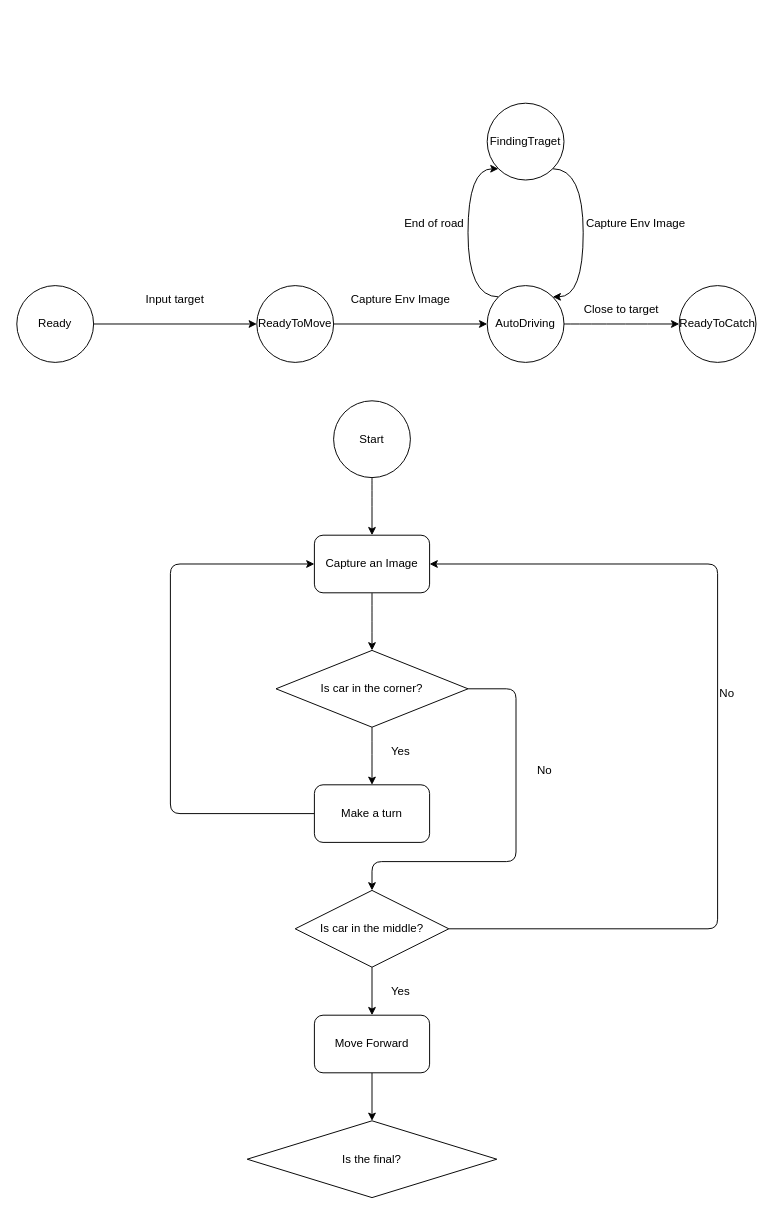
Earlier version of the draw.io diagram docs/state_machine.drawio (CHNcreater/AutoDriveCarStateMachine). Source tidied: cells renumbered, new cells numbered last; positions are measured from the earlier drawing's top-left corner, leaving out a move shared by most shapes. Both pictures are drawn from the tidied source at 96%, with x=0, y=0 at pixel (16, 103).
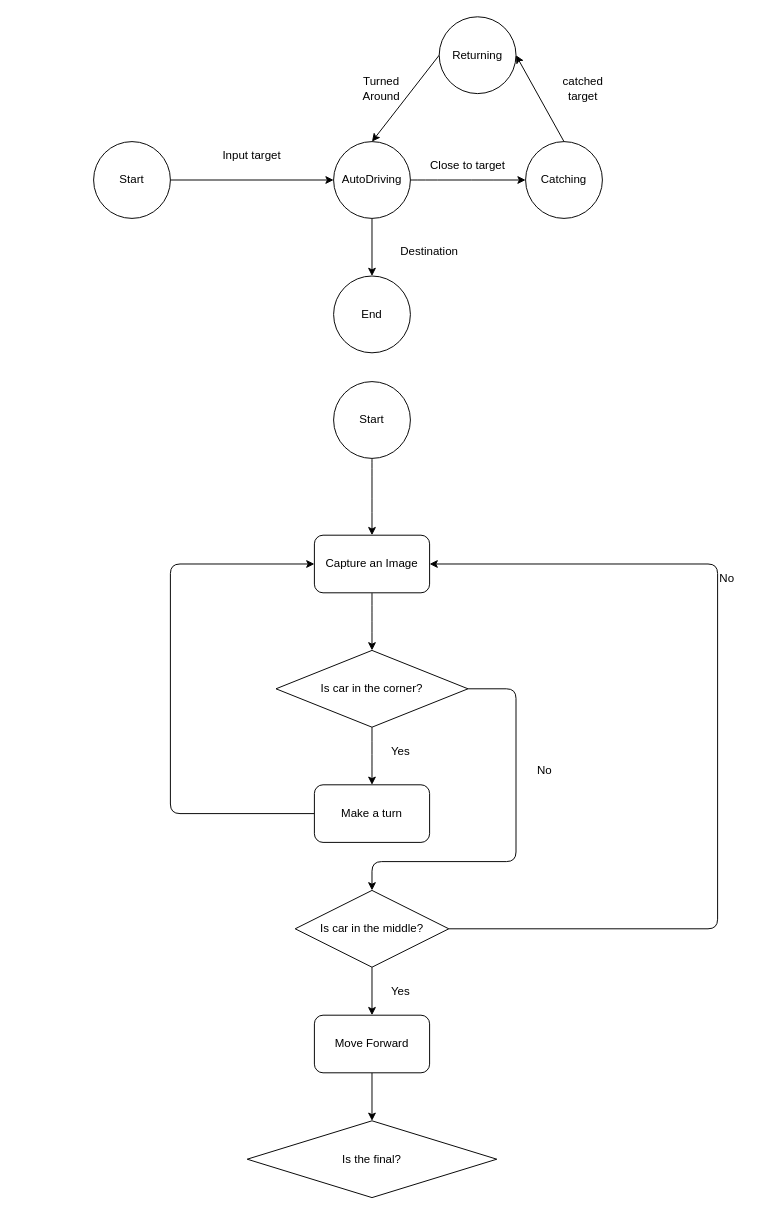
Above is the later version.

What changed in the source:
```diff
@@
-    <mxCell id="2" style="html=1;exitX=1;exitY=0.5;exitDx=0;exitDy=0;entryX=0;entryY=0.5;entryDx=0;entryDy=0;" parent="1" edge="1" source="3" target="4">
-      <mxGeometry relative="1" as="geometry" />
+    <mxCell id="2" style="html=1;exitX=1;exitY=0.5;exitDx=0;exitDy=0;entryX=0;entryY=0.5;entryDx=0;entryDy=0;" parent="1" edge="1" source="3">
+      <mxGeometry relative="1" as="geometry">
+        <mxPoint x="330" y="80" as="targetPoint" />
+      </mxGeometry>
     </mxCell>
-    <mxCell id="3" value="Ready" style="ellipse;whiteSpace=wrap;html=1;" parent="1" vertex="1">
-      <mxGeometry y="190" width="80" height="80" as="geometry" />
+    <mxCell id="3" value="Start" style="ellipse;whiteSpace=wrap;html=1;" parent="1" vertex="1">
+      <mxGeometry x="80" y="40" width="80" height="80" as="geometry" />
     </mxCell>
-    <mxCell id="4" value="ReadyToMove" style="ellipse;whiteSpace=wrap;html=1;" parent="1" vertex="1">
-      <mxGeometry x="250" y="190" width="80" height="80" as="geometry" />
-    </mxCell>
     <mxCell id="5" value="Input target" style="text;strokeColor=none;align=center;fillColor=none;html=1;verticalAlign=middle;whiteSpace=wrap;rounded=0;" parent="1" vertex="1">
-      <mxGeometry x="120" y="190" width="90" height="30" as="geometry" />
+      <mxGeometry x="200" y="40" width="90" height="30" as="geometry" />
     </mxCell>
@@
-    <mxCell id="7" style="edgeStyle=orthogonalEdgeStyle;curved=1;html=1;exitX=0;exitY=0;exitDx=0;exitDy=0;entryX=0;entryY=1;entryDx=0;entryDy=0;" parent="1" edge="1" source="8" target="31">
-      <mxGeometry relative="1" as="geometry">
-        <Array as="points">
-          <mxPoint x="470" y="202" />
-          <mxPoint x="470" y="68" />
-        </Array>
-      </mxGeometry>
-    </mxCell>
+    <mxCell id="36" style="edgeStyle=none;html=1;exitX=0.5;exitY=1;exitDx=0;exitDy=0;entryX=0.5;entryY=0;entryDx=0;entryDy=0;" parent="1" edge="1" source="8" target="42">
+      <mxGeometry relative="1" as="geometry" />
+    </mxCell>
     <mxCell id="8" value="AutoDriving" style="ellipse;whiteSpace=wrap;html=1;" parent="1" vertex="1">
-      <mxGeometry x="490" y="190" width="80" height="80" as="geometry" />
+      <mxGeometry x="330" y="40" width="80" height="80" as="geometry" />
     </mxCell>
-    <mxCell id="9" style="endArrow=classic;html=1;exitX=1;exitY=0.5;exitDx=0;exitDy=0;entryX=0;entryY=0.5;entryDx=0;entryDy=0;" parent="1" edge="1" source="4" target="8">
-      <mxGeometry relative="1" as="geometry" />
-    </mxCell>
-    <mxCell id="10" value="Capture Env Image" style="text;strokeColor=none;align=center;fillColor=none;html=1;verticalAlign=middle;whiteSpace=wrap;rounded=0;" parent="1" vertex="1">
-      <mxGeometry x="590" y="110" width="110" height="30" as="geometry" />
-    </mxCell>
@@
     <mxCell id="12" value="Start" style="ellipse;whiteSpace=wrap;html=1;" parent="1" vertex="1">
-      <mxGeometry x="330" y="310" width="80" height="80" as="geometry" />
+      <mxGeometry x="330" y="290" width="80" height="80" as="geometry" />
     </mxCell>
@@
     <mxCell id="28" value="No" style="text;strokeColor=none;align=center;fillColor=none;html=1;verticalAlign=middle;whiteSpace=wrap;rounded=0;" parent="1" vertex="1">
-      <mxGeometry x="710" y="600" width="60" height="30" as="geometry" />
+      <mxGeometry x="710" y="480" width="60" height="30" as="geometry" />
     </mxCell>
@@
-    <mxCell id="30" style="edgeStyle=orthogonalEdgeStyle;curved=1;html=1;exitX=1;exitY=1;exitDx=0;exitDy=0;entryX=1;entryY=0;entryDx=0;entryDy=0;" parent="1" edge="1" source="31" target="8">
-      <mxGeometry relative="1" as="geometry">
-        <Array as="points">
-          <mxPoint x="590" y="68" />
-          <mxPoint x="590" y="202" />
-        </Array>
-      </mxGeometry>
-    </mxCell>
-    <mxCell id="31" value="FindingTraget" style="ellipse;whiteSpace=wrap;html=1;" parent="1" vertex="1">
-      <mxGeometry x="490" width="80" height="80" as="geometry" />
-    </mxCell>
-    <mxCell id="32" value="End of road" style="text;strokeColor=none;align=center;fillColor=none;html=1;verticalAlign=middle;whiteSpace=wrap;rounded=0;" parent="1" vertex="1">
-      <mxGeometry x="400" y="110" width="70" height="30" as="geometry" />
-    </mxCell>
-    <mxCell id="33" value="Capture Env Image" style="text;strokeColor=none;align=center;fillColor=none;html=1;verticalAlign=middle;whiteSpace=wrap;rounded=0;" parent="1" vertex="1">
-      <mxGeometry x="345" y="190" width="110" height="30" as="geometry" />
-    </mxCell>
+    <mxCell id="37" style="edgeStyle=none;html=1;exitX=0.5;exitY=0;exitDx=0;exitDy=0;entryX=1;entryY=0.5;entryDx=0;entryDy=0;" parent="1" edge="1" source="34" target="39">
+      <mxGeometry relative="1" as="geometry" />
+    </mxCell>
-    <mxCell id="34" value="ReadyToCatch" style="ellipse;whiteSpace=wrap;html=1;" parent="1" vertex="1">
-      <mxGeometry x="690" y="190" width="80" height="80" as="geometry" />
+    <mxCell id="34" value="Catching" style="ellipse;whiteSpace=wrap;html=1;" parent="1" vertex="1">
+      <mxGeometry x="530" y="40" width="80" height="80" as="geometry" />
     </mxCell>
     <mxCell id="35" value="Close to target" style="text;strokeColor=none;align=center;fillColor=none;html=1;verticalAlign=middle;whiteSpace=wrap;rounded=0;" parent="1" vertex="1">
-      <mxGeometry x="580" y="200" width="100" height="30" as="geometry" />
+      <mxGeometry x="420" y="50" width="100" height="30" as="geometry" />
     </mxCell>
+    <mxCell id="38" style="edgeStyle=none;html=1;exitX=0;exitY=0.5;exitDx=0;exitDy=0;entryX=0.5;entryY=0;entryDx=0;entryDy=0;" parent="1" edge="1" source="39" target="8">
+      <mxGeometry relative="1" as="geometry" />
+    </mxCell>
+    <mxCell id="39" value="Returning" style="ellipse;whiteSpace=wrap;html=1;" parent="1" vertex="1">
+      <mxGeometry x="440" y="-90" width="80" height="80" as="geometry" />
+    </mxCell>
+    <mxCell id="40" value="catched target" style="text;strokeColor=none;align=center;fillColor=none;html=1;verticalAlign=middle;whiteSpace=wrap;rounded=0;" parent="1" vertex="1">
+      <mxGeometry x="560" y="-30" width="60" height="30" as="geometry" />
+    </mxCell>
+    <mxCell id="41" value="Turned Around" style="text;strokeColor=none;align=center;fillColor=none;html=1;verticalAlign=middle;whiteSpace=wrap;rounded=0;" parent="1" vertex="1">
+      <mxGeometry x="350" y="-30" width="60" height="30" as="geometry" />
+    </mxCell>
+    <mxCell id="42" value="End" style="ellipse;whiteSpace=wrap;html=1;" parent="1" vertex="1">
+      <mxGeometry x="330" y="180" width="80" height="80" as="geometry" />
+    </mxCell>
+    <mxCell id="43" value="Destination" style="text;strokeColor=none;align=center;fillColor=none;html=1;verticalAlign=middle;whiteSpace=wrap;rounded=0;" parent="1" vertex="1">
+      <mxGeometry x="400" y="140" width="60" height="30" as="geometry" />
+    </mxCell>
```
